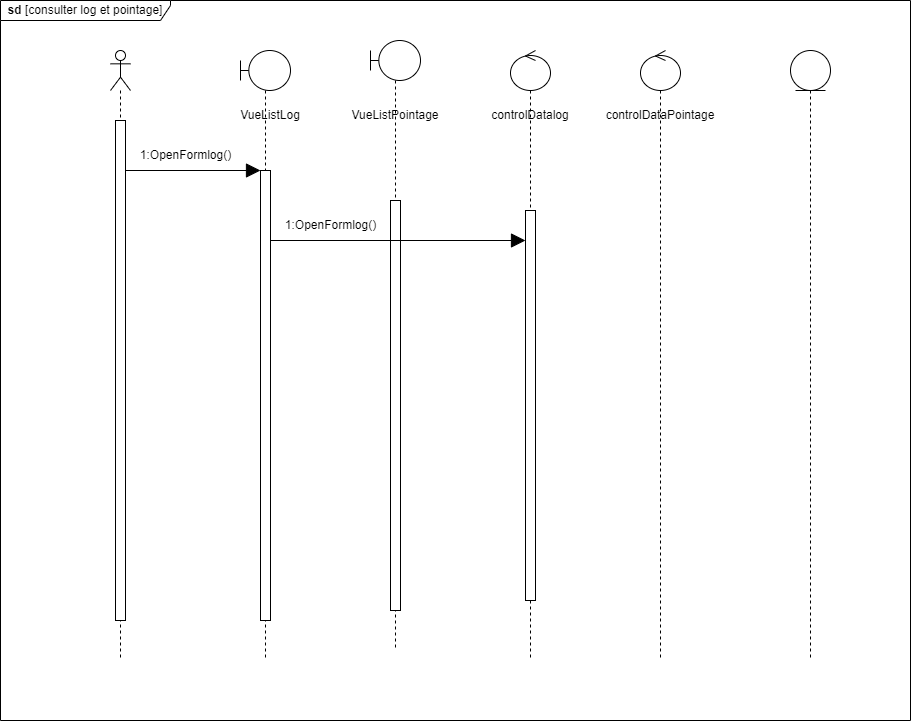
The draw.io diagram static/Diagramme des séquences conceptuel  log et pointage .drawio.png in Siluearsene/borne_biometrique, before a commit. Source tidied: cells renumbered, new cells last; positions are measured from the earlier drawing's top-left corner, leaving out a move shared by most shapes.
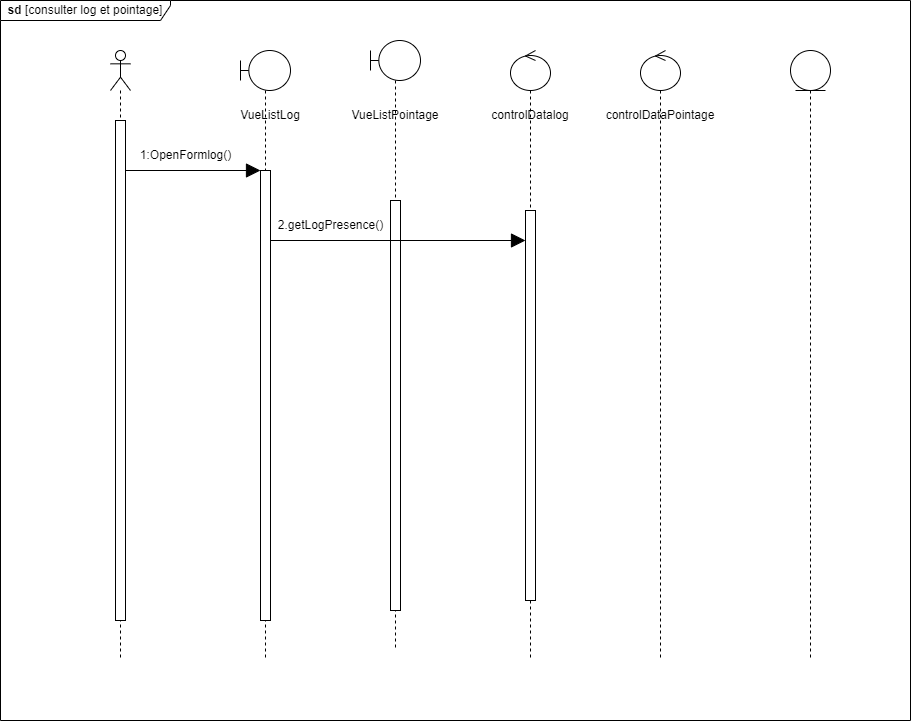
After the change.

Commit message:
Mettre à jour Diagramme des séquences conceptuel  log et pointage .drawio.png

Change to the diagram source:
```diff
@@ -60,8 +60,8 @@
         <mxPoint x="270" y="240" as="sourcePoint" />
       </mxGeometry>
     </mxCell>
-    <mxCell id="20" value="1:OpenFormlog()" style="text;html=1;align=center;verticalAlign=middle;strokeColor=none;fillColor=none;" parent="1" vertex="1">
-      <mxGeometry x="275" y="210" width="110" height="30" as="geometry" />
+    <mxCell id="20" value="2.getLogPresence()" style="text;html=1;align=center;verticalAlign=middle;strokeColor=none;fillColor=none;" parent="1" vertex="1">
+      <mxGeometry x="265" y="210" width="130" height="30" as="geometry" />
     </mxCell>
   </root>
 </mxGraphModel>
```
